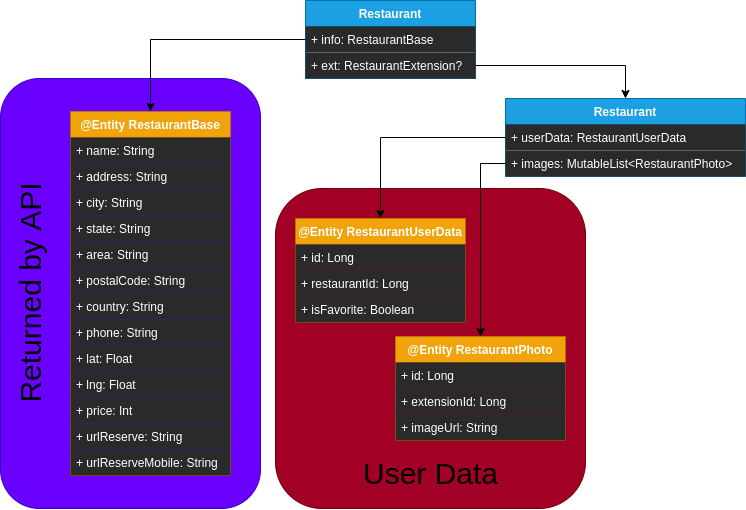
hammasattila/Sapientia-2020-Android-Project keeps this draw.io diagram as docs/data.png. Above is the earlier version. Source tidied: cells renumbered, new cells last; positions are measured from the earlier drawing's top-left corner, leaving out a move shared by most shapes. Its diagram source:
```xml
<mxGraphModel>
  <root>
    <mxCell id="0" />
    <mxCell id="1" parent="0" />
    <mxCell id="2" style="rounded=1;whiteSpace=wrap;html=1;fillColor=#a20025;strokeColor=#6F0000;fontColor=#ffffff;" parent="1" vertex="1">
      <mxGeometry x="360" y="188" width="310" height="320" as="geometry" />
    </mxCell>
    <mxCell id="3" style="rounded=1;whiteSpace=wrap;html=1;fillColor=#6a00ff;strokeColor=#3700CC;fontColor=#ffffff;" parent="1" vertex="1">
      <mxGeometry x="85" y="78" width="260" height="430" as="geometry" />
    </mxCell>
    <mxCell id="4" value="Restaurant" style="swimlane;fontStyle=1;align=center;verticalAlign=top;horizontal=1;startSize=26;fillColor=#1ba1e2;strokeColor=#006EAF;fontColor=#ffffff;" parent="1" vertex="1">
      <mxGeometry x="390" width="170" height="78" as="geometry" />
    </mxCell>
    <mxCell id="5" value="+ info: RestaurantBase" style="text;align=left;verticalAlign=top;spacingLeft=4;spacingRight=4;overflow=hidden;points=[[0,0.5],[1,0.5]];portConstraint=eastwest;fillColor=#2a2a2a;fontColor=#FFFFFF;" parent="4" vertex="1">
      <mxGeometry y="26" width="170" height="26" as="geometry" />
    </mxCell>
    <mxCell id="6" value="+ ext: RestaurantExtension?" style="text;align=left;verticalAlign=top;spacingLeft=4;spacingRight=4;overflow=hidden;points=[[0,0.5],[1,0.5]];portConstraint=eastwest;fillColor=#2a2a2a;fontColor=#FFFFFF;" parent="4" vertex="1">
      <mxGeometry y="52" width="170" height="26" as="geometry" />
    </mxCell>
    <mxCell id="7" value="@Entity RestaurantBase" style="swimlane;fontStyle=1;align=center;verticalAlign=top;horizontal=1;startSize=26;fillColor=#f0a30a;strokeColor=#BD7000;fontColor=#ffffff;" parent="1" vertex="1">
      <mxGeometry x="155" y="111" width="160" height="364" as="geometry" />
    </mxCell>
    <mxCell id="8" value="+ name: String" style="text;align=left;verticalAlign=top;spacingLeft=4;spacingRight=4;overflow=hidden;fillColor=#2a2a2a;fontColor=#FFFFFF;" parent="7" vertex="1">
      <mxGeometry y="26" width="160" height="26" as="geometry" />
    </mxCell>
    <mxCell id="9" value="+ address: String" style="text;align=left;verticalAlign=top;spacingLeft=4;spacingRight=4;overflow=hidden;fillColor=#2a2a2a;fontColor=#FFFFFF;" parent="7" vertex="1">
      <mxGeometry y="52" width="160" height="26" as="geometry" />
    </mxCell>
    <mxCell id="10" value="+ city: String" style="text;align=left;verticalAlign=top;spacingLeft=4;spacingRight=4;overflow=hidden;fillColor=#2a2a2a;fontColor=#FFFFFF;" parent="7" vertex="1">
      <mxGeometry y="78" width="160" height="26" as="geometry" />
    </mxCell>
    <mxCell id="11" value="+ state: String" style="text;align=left;verticalAlign=top;spacingLeft=4;spacingRight=4;overflow=hidden;fillColor=#2a2a2a;fontColor=#FFFFFF;" parent="7" vertex="1">
      <mxGeometry y="104" width="160" height="26" as="geometry" />
    </mxCell>
    <mxCell id="12" value="+ area: String" style="text;align=left;verticalAlign=top;spacingLeft=4;spacingRight=4;overflow=hidden;fillColor=#2a2a2a;fontColor=#FFFFFF;" parent="7" vertex="1">
      <mxGeometry y="130" width="160" height="26" as="geometry" />
    </mxCell>
    <mxCell id="13" value="+ postalCode: String" style="text;align=left;verticalAlign=top;spacingLeft=4;spacingRight=4;overflow=hidden;fillColor=#2a2a2a;fontColor=#FFFFFF;" parent="7" vertex="1">
      <mxGeometry y="156" width="160" height="26" as="geometry" />
    </mxCell>
    <mxCell id="14" value="+ country: String" style="text;align=left;verticalAlign=top;spacingLeft=4;spacingRight=4;overflow=hidden;fillColor=#2a2a2a;fontColor=#FFFFFF;" parent="7" vertex="1">
      <mxGeometry y="182" width="160" height="26" as="geometry" />
    </mxCell>
    <mxCell id="15" value="+ phone: String" style="text;align=left;verticalAlign=top;spacingLeft=4;spacingRight=4;overflow=hidden;fillColor=#2a2a2a;fontColor=#FFFFFF;" parent="7" vertex="1">
      <mxGeometry y="208" width="160" height="26" as="geometry" />
    </mxCell>
    <mxCell id="16" value="+ lat: Float" style="text;align=left;verticalAlign=top;spacingLeft=4;spacingRight=4;overflow=hidden;fillColor=#2a2a2a;fontColor=#FFFFFF;" parent="7" vertex="1">
      <mxGeometry y="234" width="160" height="26" as="geometry" />
    </mxCell>
    <mxCell id="17" value="+ lng: Float" style="text;align=left;verticalAlign=top;spacingLeft=4;spacingRight=4;overflow=hidden;fillColor=#2a2a2a;fontColor=#FFFFFF;" parent="7" vertex="1">
      <mxGeometry y="260" width="160" height="26" as="geometry" />
    </mxCell>
    <mxCell id="18" value="+ price: Int" style="text;align=left;verticalAlign=top;spacingLeft=4;spacingRight=4;overflow=hidden;fillColor=#2a2a2a;fontColor=#FFFFFF;" parent="7" vertex="1">
      <mxGeometry y="286" width="160" height="26" as="geometry" />
    </mxCell>
    <mxCell id="19" value="+ urlReserve: String" style="text;align=left;verticalAlign=top;spacingLeft=4;spacingRight=4;overflow=hidden;fillColor=#2a2a2a;fontColor=#FFFFFF;" parent="7" vertex="1">
      <mxGeometry y="312" width="160" height="26" as="geometry" />
    </mxCell>
    <mxCell id="20" value="+ urlReserveMobile: String" style="text;align=left;verticalAlign=top;spacingLeft=4;spacingRight=4;overflow=hidden;fillColor=#2a2a2a;fontColor=#FFFFFF;" parent="7" vertex="1">
      <mxGeometry y="338" width="160" height="26" as="geometry" />
    </mxCell>
    <mxCell id="21" value="&lt;font style=&quot;font-size: 30px&quot;&gt;Returned by API&lt;/font&gt;" style="text;html=1;align=center;verticalAlign=middle;rotation=-90;" parent="1" vertex="1">
      <mxGeometry y="278" width="230" height="30" as="geometry" />
    </mxCell>
    <mxCell id="22" style="edgeStyle=orthogonalEdgeStyle;rounded=0;jettySize=auto;html=1;entryX=0.5;entryY=0;entryDx=0;entryDy=0;" parent="1" edge="1" source="5" target="7">
      <mxGeometry relative="1" as="geometry" />
    </mxCell>
    <mxCell id="23" value="Restaurant" style="swimlane;fontStyle=1;align=center;verticalAlign=top;horizontal=1;startSize=26;fillColor=#1ba1e2;strokeColor=#006EAF;fontColor=#ffffff;" parent="1" vertex="1">
      <mxGeometry x="590" y="98" width="240" height="78" as="geometry" />
    </mxCell>
    <mxCell id="24" value="+ userData: RestaurantUserData" style="text;strokeColor=none;align=left;verticalAlign=top;spacingLeft=4;spacingRight=4;overflow=hidden;points=[[0,0.5],[1,0.5]];portConstraint=eastwest;fillColor=#2a2a2a;fontColor=#FFFFFF;" parent="23" vertex="1">
      <mxGeometry y="26" width="240" height="26" as="geometry" />
    </mxCell>
    <mxCell id="25" value="+ images: MutableList&lt;RestaurantPhoto&gt;" style="text;strokeColor=none;align=left;verticalAlign=top;spacingLeft=4;spacingRight=4;overflow=hidden;points=[[0,0.5],[1,0.5]];portConstraint=eastwest;fillColor=#2a2a2a;fontColor=#FFFFFF;" parent="23" vertex="1">
      <mxGeometry y="52" width="240" height="26" as="geometry" />
    </mxCell>
    <mxCell id="26" style="edgeStyle=orthogonalEdgeStyle;rounded=0;jettySize=auto;html=1;entryX=0.5;entryY=0;entryDx=0;entryDy=0;" parent="1" edge="1" source="6" target="23">
      <mxGeometry relative="1" as="geometry" />
    </mxCell>
    <mxCell id="27" value="@Entity RestaurantUserData" style="swimlane;fontStyle=1;align=center;verticalAlign=top;horizontal=1;startSize=26;fillColor=#f0a30a;strokeColor=#BD7000;fontColor=#ffffff;" parent="1" vertex="1">
      <mxGeometry x="380" y="218" width="170" height="104" as="geometry" />
    </mxCell>
    <mxCell id="28" value="+ id: Long" style="text;strokeColor=none;align=left;verticalAlign=top;spacingLeft=4;spacingRight=4;overflow=hidden;fillColor=#2a2a2a;fontColor=#FFFFFF;" parent="27" vertex="1">
      <mxGeometry y="26" width="170" height="26" as="geometry" />
    </mxCell>
    <mxCell id="29" value="+ restaurantId: Long" style="text;strokeColor=none;align=left;verticalAlign=top;spacingLeft=4;spacingRight=4;overflow=hidden;fillColor=#2a2a2a;fontColor=#FFFFFF;" parent="27" vertex="1">
      <mxGeometry y="52" width="170" height="26" as="geometry" />
    </mxCell>
    <mxCell id="30" value="+ isFavorite: Boolean" style="text;strokeColor=none;align=left;verticalAlign=top;spacingLeft=4;spacingRight=4;overflow=hidden;fillColor=#2a2a2a;fontColor=#FFFFFF;" parent="27" vertex="1">
      <mxGeometry y="78" width="170" height="26" as="geometry" />
    </mxCell>
    <mxCell id="31" style="edgeStyle=orthogonalEdgeStyle;rounded=0;jettySize=auto;html=1;entryX=0.5;entryY=0;entryDx=0;entryDy=0;" parent="1" edge="1" source="24" target="27">
      <mxGeometry relative="1" as="geometry" />
    </mxCell>
    <mxCell id="32" value="@Entity RestaurantPhoto" style="swimlane;fontStyle=1;align=center;verticalAlign=top;horizontal=1;startSize=26;fillColor=#f0a30a;strokeColor=#BD7000;fontColor=#ffffff;" parent="1" vertex="1">
      <mxGeometry x="480" y="336" width="170" height="104" as="geometry" />
    </mxCell>
    <mxCell id="33" value="+ id: Long" style="text;strokeColor=none;align=left;verticalAlign=top;spacingLeft=4;spacingRight=4;overflow=hidden;fillColor=#2a2a2a;fontColor=#FFFFFF;" parent="32" vertex="1">
      <mxGeometry y="26" width="170" height="26" as="geometry" />
    </mxCell>
    <mxCell id="34" value="+ extensionId: Long" style="text;strokeColor=none;align=left;verticalAlign=top;spacingLeft=4;spacingRight=4;overflow=hidden;fillColor=#2a2a2a;fontColor=#FFFFFF;" parent="32" vertex="1">
      <mxGeometry y="52" width="170" height="26" as="geometry" />
    </mxCell>
    <mxCell id="35" value="+ imageUrl: String" style="text;strokeColor=none;align=left;verticalAlign=top;spacingLeft=4;spacingRight=4;overflow=hidden;fillColor=#2a2a2a;fontColor=#FFFFFF;" parent="32" vertex="1">
      <mxGeometry y="78" width="170" height="26" as="geometry" />
    </mxCell>
    <mxCell id="36" style="edgeStyle=orthogonalEdgeStyle;rounded=0;jettySize=auto;html=1;entryX=0.5;entryY=0;entryDx=0;entryDy=0;" parent="1" edge="1" source="25" target="32">
      <mxGeometry relative="1" as="geometry" />
    </mxCell>
    <mxCell id="37" value="&lt;font style=&quot;font-size: 30px&quot;&gt;User Data&lt;br&gt;&lt;/font&gt;" style="text;html=1;align=center;verticalAlign=middle;rotation=0;" parent="1" vertex="1">
      <mxGeometry x="440" y="458" width="150" height="30" as="geometry" />
    </mxCell>
  </root>
</mxGraphModel>
```
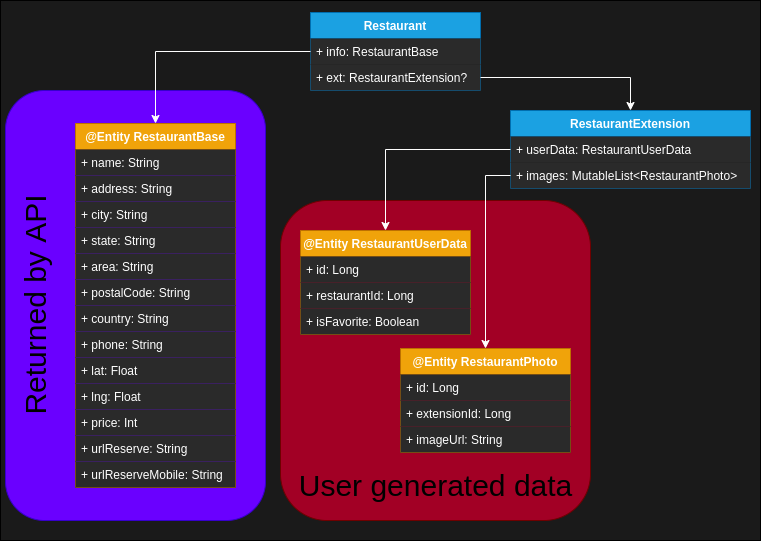
After the change.

Commit message:
Fixed diagram readability.

Change to the diagram source:
```diff
@@ -2,14 +2,20 @@
   <root>
     <mxCell id="0" />
     <mxCell id="1" parent="0" />
+    <mxCell id="38" style="group;" parent="1" vertex="1">
+      <mxGeometry x="80" y="-32" width="760" height="540" as="geometry" />
+    </mxCell>
+    <mxCell id="39" style="rounded=0;whiteSpace=wrap;html=1;fillColor=#1A1A1A;" parent="38" vertex="1">
+      <mxGeometry width="760" height="540" as="geometry" />
+    </mxCell>
-    <mxCell id="2" style="rounded=1;whiteSpace=wrap;html=1;fillColor=#a20025;strokeColor=#6F0000;fontColor=#ffffff;" parent="1" vertex="1">
-      <mxGeometry x="360" y="188" width="310" height="320" as="geometry" />
+    <mxCell id="2" style="rounded=1;whiteSpace=wrap;html=1;fillColor=#a20025;strokeColor=#6F0000;fontColor=#ffffff;" parent="38" vertex="1">
+      <mxGeometry x="280" y="200" width="310" height="320" as="geometry" />
     </mxCell>
-    <mxCell id="3" style="rounded=1;whiteSpace=wrap;html=1;fillColor=#6a00ff;strokeColor=#3700CC;fontColor=#ffffff;" parent="1" vertex="1">
-      <mxGeometry x="85" y="78" width="260" height="430" as="geometry" />
+    <mxCell id="3" style="rounded=1;whiteSpace=wrap;html=1;fillColor=#6a00ff;strokeColor=#3700CC;fontColor=#ffffff;" parent="38" vertex="1">
+      <mxGeometry x="5" y="90" width="260" height="430" as="geometry" />
     </mxCell>
-    <mxCell id="4" value="Restaurant" style="swimlane;fontStyle=1;align=center;verticalAlign=top;horizontal=1;startSize=26;fillColor=#1ba1e2;strokeColor=#006EAF;fontColor=#ffffff;" parent="1" vertex="1">
-      <mxGeometry x="390" width="170" height="78" as="geometry" />
+    <mxCell id="4" value="Restaurant" style="swimlane;fontStyle=1;align=center;verticalAlign=top;horizontal=1;startSize=26;fillColor=#1ba1e2;strokeColor=#006EAF;fontColor=#ffffff;" parent="38" vertex="1">
+      <mxGeometry x="310" y="12" width="170" height="78" as="geometry" />
     </mxCell>
     <mxCell id="5" value="+ info: RestaurantBase" style="text;align=left;verticalAlign=top;spacingLeft=4;spacingRight=4;overflow=hidden;points=[[0,0.5],[1,0.5]];portConstraint=eastwest;fillColor=#2a2a2a;fontColor=#FFFFFF;" parent="4" vertex="1">
       <mxGeometry y="26" width="170" height="26" as="geometry" />
@@ -17,8 +23,8 @@
     <mxCell id="6" value="+ ext: RestaurantExtension?" style="text;align=left;verticalAlign=top;spacingLeft=4;spacingRight=4;overflow=hidden;points=[[0,0.5],[1,0.5]];portConstraint=eastwest;fillColor=#2a2a2a;fontColor=#FFFFFF;" parent="4" vertex="1">
       <mxGeometry y="52" width="170" height="26" as="geometry" />
     </mxCell>
-    <mxCell id="7" value="@Entity RestaurantBase" style="swimlane;fontStyle=1;align=center;verticalAlign=top;horizontal=1;startSize=26;fillColor=#f0a30a;strokeColor=#BD7000;fontColor=#ffffff;" parent="1" vertex="1">
-      <mxGeometry x="155" y="111" width="160" height="364" as="geometry" />
+    <mxCell id="7" value="@Entity RestaurantBase" style="swimlane;fontStyle=1;align=center;verticalAlign=top;horizontal=1;startSize=26;fillColor=#f0a30a;strokeColor=#BD7000;fontColor=#ffffff;" parent="38" vertex="1">
+      <mxGeometry x="75" y="123" width="160" height="364" as="geometry" />
     </mxCell>
     <mxCell id="8" value="+ name: String" style="text;align=left;verticalAlign=top;spacingLeft=4;spacingRight=4;overflow=hidden;fillColor=#2a2a2a;fontColor=#FFFFFF;" parent="7" vertex="1">
       <mxGeometry y="26" width="160" height="26" as="geometry" />
@@ -59,14 +65,14 @@
     <mxCell id="20" value="+ urlReserveMobile: String" style="text;align=left;verticalAlign=top;spacingLeft=4;spacingRight=4;overflow=hidden;fillColor=#2a2a2a;fontColor=#FFFFFF;" parent="7" vertex="1">
       <mxGeometry y="338" width="160" height="26" as="geometry" />
     </mxCell>
-    <mxCell id="21" value="&lt;font style=&quot;font-size: 30px&quot;&gt;Returned by API&lt;/font&gt;" style="text;html=1;align=center;verticalAlign=middle;rotation=-90;" parent="1" vertex="1">
-      <mxGeometry y="278" width="230" height="30" as="geometry" />
+    <mxCell id="21" value="&lt;font style=&quot;font-size: 30px&quot;&gt;Returned by API&lt;/font&gt;" style="text;html=1;align=center;verticalAlign=middle;rotation=-90;" parent="38" vertex="1">
+      <mxGeometry x="-80" y="290" width="230" height="30" as="geometry" />
     </mxCell>
-    <mxCell id="22" style="edgeStyle=orthogonalEdgeStyle;rounded=0;jettySize=auto;html=1;entryX=0.5;entryY=0;entryDx=0;entryDy=0;" parent="1" edge="1" source="5" target="7">
+    <mxCell id="22" style="edgeStyle=orthogonalEdgeStyle;rounded=0;jettySize=auto;html=1;entryX=0.5;entryY=0;entryDx=0;entryDy=0;strokeColor=#FFFFFF;" parent="38" edge="1" source="5" target="7">
       <mxGeometry relative="1" as="geometry" />
     </mxCell>
-    <mxCell id="23" value="Restaurant" style="swimlane;fontStyle=1;align=center;verticalAlign=top;horizontal=1;startSize=26;fillColor=#1ba1e2;strokeColor=#006EAF;fontColor=#ffffff;" parent="1" vertex="1">
-      <mxGeometry x="590" y="98" width="240" height="78" as="geometry" />
+    <mxCell id="23" value="RestaurantExtension" style="swimlane;fontStyle=1;align=center;verticalAlign=top;horizontal=1;startSize=26;fillColor=#1ba1e2;strokeColor=#006EAF;fontColor=#ffffff;" parent="38" vertex="1">
+      <mxGeometry x="510" y="110" width="240" height="78" as="geometry" />
     </mxCell>
     <mxCell id="24" value="+ userData: RestaurantUserData" style="text;strokeColor=none;align=left;verticalAlign=top;spacingLeft=4;spacingRight=4;overflow=hidden;points=[[0,0.5],[1,0.5]];portConstraint=eastwest;fillColor=#2a2a2a;fontColor=#FFFFFF;" parent="23" vertex="1">
       <mxGeometry y="26" width="240" height="26" as="geometry" />
@@ -74,11 +80,11 @@
     <mxCell id="25" value="+ images: MutableList&lt;RestaurantPhoto&gt;" style="text;strokeColor=none;align=left;verticalAlign=top;spacingLeft=4;spacingRight=4;overflow=hidden;points=[[0,0.5],[1,0.5]];portConstraint=eastwest;fillColor=#2a2a2a;fontColor=#FFFFFF;" parent="23" vertex="1">
       <mxGeometry y="52" width="240" height="26" as="geometry" />
     </mxCell>
-    <mxCell id="26" style="edgeStyle=orthogonalEdgeStyle;rounded=0;jettySize=auto;html=1;entryX=0.5;entryY=0;entryDx=0;entryDy=0;" parent="1" edge="1" source="6" target="23">
+    <mxCell id="26" style="edgeStyle=orthogonalEdgeStyle;rounded=0;jettySize=auto;html=1;entryX=0.5;entryY=0;entryDx=0;entryDy=0;strokeColor=#FFFFFF;" parent="38" edge="1" source="6" target="23">
       <mxGeometry relative="1" as="geometry" />
     </mxCell>
-    <mxCell id="27" value="@Entity RestaurantUserData" style="swimlane;fontStyle=1;align=center;verticalAlign=top;horizontal=1;startSize=26;fillColor=#f0a30a;strokeColor=#BD7000;fontColor=#ffffff;" parent="1" vertex="1">
-      <mxGeometry x="380" y="218" width="170" height="104" as="geometry" />
+    <mxCell id="27" value="@Entity RestaurantUserData" style="swimlane;fontStyle=1;align=center;verticalAlign=top;horizontal=1;startSize=26;fillColor=#f0a30a;strokeColor=#BD7000;fontColor=#ffffff;" parent="38" vertex="1">
+      <mxGeometry x="300" y="230" width="170" height="104" as="geometry" />
     </mxCell>
     <mxCell id="28" value="+ id: Long" style="text;strokeColor=none;align=left;verticalAlign=top;spacingLeft=4;spacingRight=4;overflow=hidden;fillColor=#2a2a2a;fontColor=#FFFFFF;" parent="27" vertex="1">
       <mxGeometry y="26" width="170" height="26" as="geometry" />
@@ -89,11 +95,11 @@
     <mxCell id="30" value="+ isFavorite: Boolean" style="text;strokeColor=none;align=left;verticalAlign=top;spacingLeft=4;spacingRight=4;overflow=hidden;fillColor=#2a2a2a;fontColor=#FFFFFF;" parent="27" vertex="1">
       <mxGeometry y="78" width="170" height="26" as="geometry" />
     </mxCell>
-    <mxCell id="31" style="edgeStyle=orthogonalEdgeStyle;rounded=0;jettySize=auto;html=1;entryX=0.5;entryY=0;entryDx=0;entryDy=0;" parent="1" edge="1" source="24" target="27">
+    <mxCell id="31" style="edgeStyle=orthogonalEdgeStyle;rounded=0;jettySize=auto;html=1;entryX=0.5;entryY=0;entryDx=0;entryDy=0;strokeColor=#FFFFFF;" parent="38" edge="1" source="24" target="27">
       <mxGeometry relative="1" as="geometry" />
     </mxCell>
-    <mxCell id="32" value="@Entity RestaurantPhoto" style="swimlane;fontStyle=1;align=center;verticalAlign=top;horizontal=1;startSize=26;fillColor=#f0a30a;strokeColor=#BD7000;fontColor=#ffffff;" parent="1" vertex="1">
-      <mxGeometry x="480" y="336" width="170" height="104" as="geometry" />
+    <mxCell id="32" value="@Entity RestaurantPhoto" style="swimlane;fontStyle=1;align=center;verticalAlign=top;horizontal=1;startSize=26;fillColor=#f0a30a;strokeColor=#BD7000;fontColor=#ffffff;" parent="38" vertex="1">
+      <mxGeometry x="400" y="348" width="170" height="104" as="geometry" />
     </mxCell>
     <mxCell id="33" value="+ id: Long" style="text;strokeColor=none;align=left;verticalAlign=top;spacingLeft=4;spacingRight=4;overflow=hidden;fillColor=#2a2a2a;fontColor=#FFFFFF;" parent="32" vertex="1">
       <mxGeometry y="26" width="170" height="26" as="geometry" />
@@ -104,11 +110,11 @@
     <mxCell id="35" value="+ imageUrl: String" style="text;strokeColor=none;align=left;verticalAlign=top;spacingLeft=4;spacingRight=4;overflow=hidden;fillColor=#2a2a2a;fontColor=#FFFFFF;" parent="32" vertex="1">
       <mxGeometry y="78" width="170" height="26" as="geometry" />
     </mxCell>
-    <mxCell id="36" style="edgeStyle=orthogonalEdgeStyle;rounded=0;jettySize=auto;html=1;entryX=0.5;entryY=0;entryDx=0;entryDy=0;" parent="1" edge="1" source="25" target="32">
+    <mxCell id="36" style="edgeStyle=orthogonalEdgeStyle;rounded=0;jettySize=auto;html=1;entryX=0.5;entryY=0;entryDx=0;entryDy=0;strokeColor=#FFFFFF;" parent="38" edge="1" source="25" target="32">
       <mxGeometry relative="1" as="geometry" />
     </mxCell>
-    <mxCell id="37" value="&lt;font style=&quot;font-size: 30px&quot;&gt;User Data&lt;br&gt;&lt;/font&gt;" style="text;html=1;align=center;verticalAlign=middle;rotation=0;" parent="1" vertex="1">
-      <mxGeometry x="440" y="458" width="150" height="30" as="geometry" />
+    <mxCell id="37" value="&lt;font style=&quot;font-size: 30px&quot;&gt;User generated data&lt;br&gt;&lt;/font&gt;" style="text;html=1;align=center;verticalAlign=middle;rotation=0;" parent="38" vertex="1">
+      <mxGeometry x="290" y="470" width="290" height="30" as="geometry" />
     </mxCell>
   </root>
 </mxGraphModel>
```
